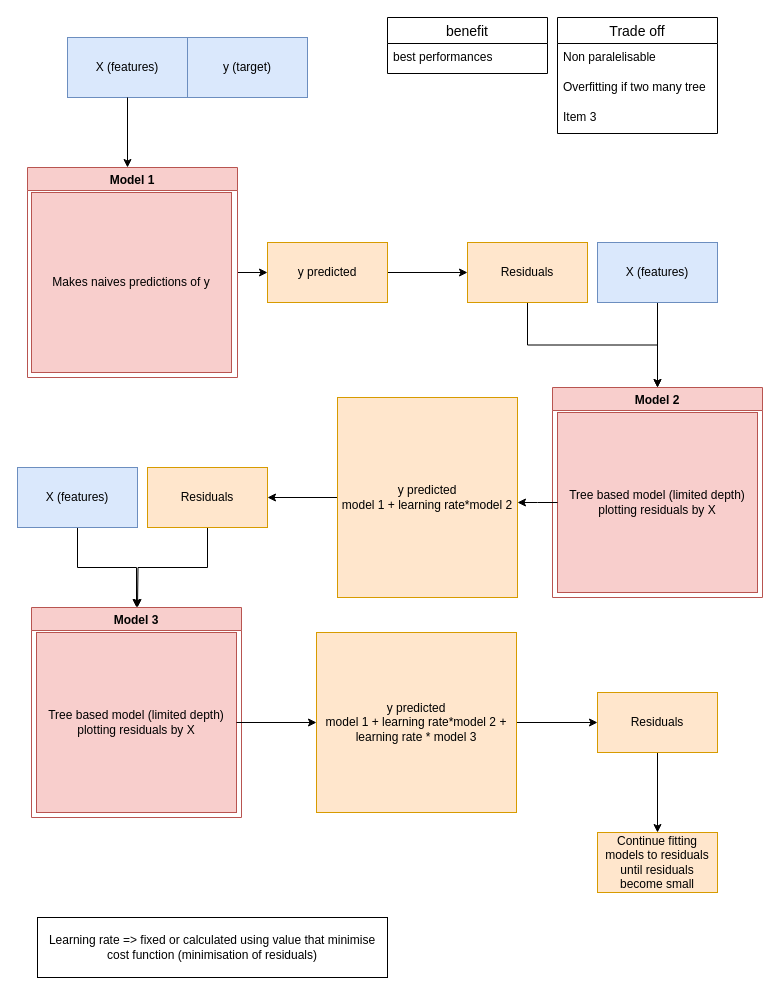
The draw.io diagram boosting.drawio in RaphaelBouvet/memos_ml, before the edit. Source tidied: cells renumbered, new cells numbered last; positions are measured from the earlier drawing's top-left corner, leaving out a move shared by most shapes. Both pictures are drawn from the tidied source at 100%, with x=0, y=0 at pixel (17, 17).
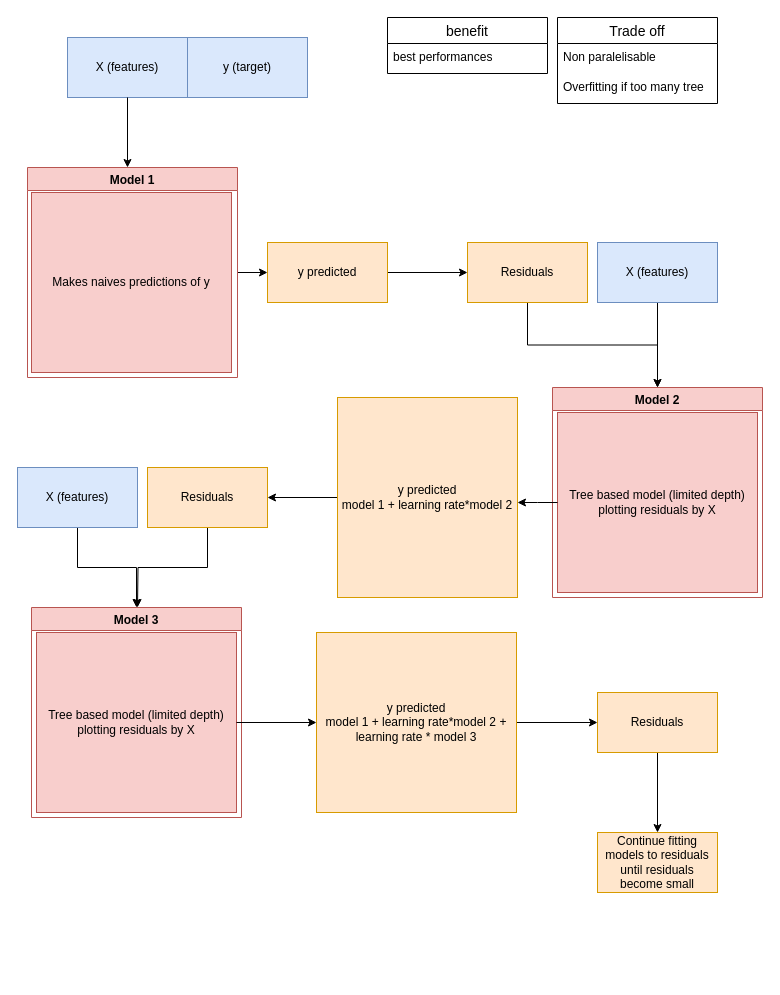
The same page after the edit.

Diff of the diagram source:
```diff
@@
-    <mxCell id="31" value="Learning rate =&amp;gt; fixed or calculated using value that minimise cost function (minimisation of residuals) " style="rounded=0;whiteSpace=wrap;html=1;" parent="1" vertex="1">
-      <mxGeometry x="20" y="900" width="350" height="60" as="geometry" />
-    </mxCell>
@@
     <mxCell id="34" value="Trade off" style="swimlane;fontStyle=0;horizontal=1;startSize=26;align=center;fontSize=14;" parent="1" vertex="1">
-      <mxGeometry x="540" width="160" height="116" as="geometry" />
+      <mxGeometry x="540" width="160" height="86" as="geometry" />
     </mxCell>
@@
-    <mxCell id="36" value="Overfitting if two many tree&#10;" style="text;strokeColor=none;fillColor=none;spacingLeft=4;spacingRight=4;overflow=hidden;fontSize=12;" parent="34" vertex="1">
+    <mxCell id="36" value="Overfitting if too many tree&#10;" style="text;strokeColor=none;fillColor=none;spacingLeft=4;spacingRight=4;overflow=hidden;fontSize=12;" parent="34" vertex="1">
       <mxGeometry y="56" width="160" height="30" as="geometry" />
     </mxCell>
-    <mxCell id="37" value="Item 3" style="text;strokeColor=none;fillColor=none;spacingLeft=4;spacingRight=4;overflow=hidden;fontSize=12;" parent="34" vertex="1">
-      <mxGeometry y="86" width="160" height="30" as="geometry" />
-    </mxCell>
```
